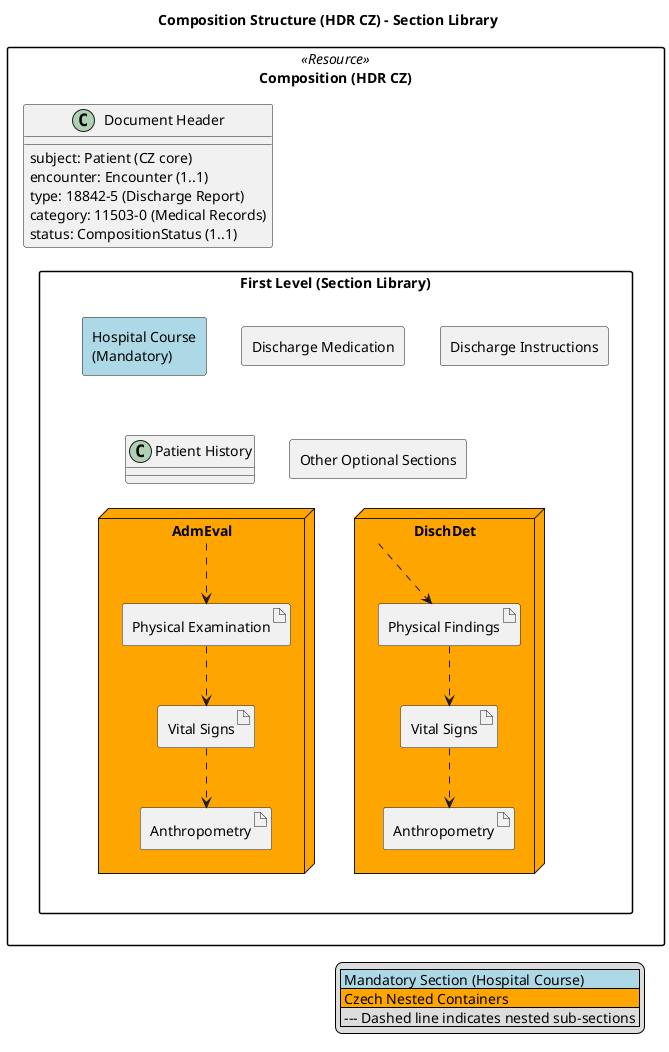
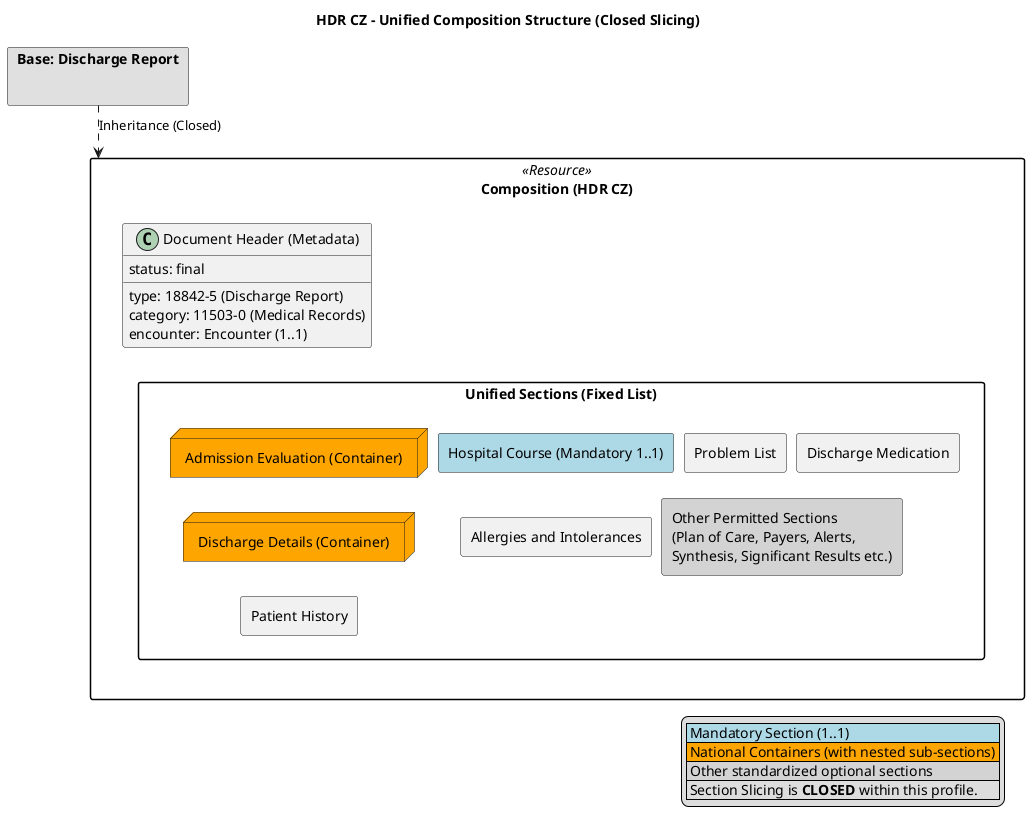
@startuml
- ' Enable mixing of different element types
allowmixing

- skinparam handwritten false
skinparam packageStyle rect
skinparam defaultFontName Arial
+ skinparam shadowing false
+ skinparam Nodesep 10
+ skinparam Ranksep 20

- title Composition Structure (HDR CZ) - Section Library
+ title HDR CZ - Unified Composition Structure (Closed Slicing)

- package "Composition (HDR CZ)" <<Resource>> {
+ package "Base: Discharge Report" as Base #E0E0E0 {
+ }

-     class "Document Header" as Header {
-         subject: Patient (CZ core)
-         encounter: Encounter (1..1)
+ package "Composition (HDR CZ)" as HDR <<Resource>> {
+ 
+     class "Document Header (Metadata)" as Header {
        type: 18842-5 (Discharge Report)
        category: 11503-0 (Medical Records)
-         status: CompositionStatus (1..1)
+         encounter: Encounter (1..1)
+         status: final
    }

-     package "First Level (Section Library)" as Level1 {
+     package "Unified Sections (Fixed List)" as Sections {
+         ' Mandatory top-level section
+         rectangle "Hospital Course (Mandatory 1..1)" as HospCourse #ADD8E6

-         ' 1ST ROW: Main and fixed sections
-         rectangle "Hospital Course\n(Mandatory)" as HospCourse #ADD8E6
+         ' Key national containers with mandatory nesting
+         node "Admission Evaluation (Container)" as AdmEval #FFA500
+         node "Discharge Details (Container)" as DischDet #FFA500
+ 
+         ' Selection of common optional sections
+         rectangle "Patient History" as PatHist
+         rectangle "Problem List" as ProbList
        rectangle "Discharge Medication" as DischMed
-         rectangle "Discharge Instructions" as DischInst
+         rectangle "Allergies and Intolerances" as Allergy

-         ' Forcing layout to push next sections to the second row
-         HospCourse -[hidden]down-> PatHist
- 
-         ' 2ND ROW: Other standard sections
-         rectangle "Patient History" as PatHist
-         rectangle "Other Optional Sections" as OtherSections
- 
-         ' Forcing layout to push containers below the second row
-         PatHist -[hidden]down-> AdmEval
-         OtherSections -[hidden]down-> DischDet
- 
-         ' 3RD ROW: Czech containers (internal elements ordered vertically)
-         node "Admission Evaluation\n(Container)" as AdmEval #FFA500 {
-             artifact "Physical Examination" as AdmPhys
-             artifact "Vital Signs" as AdmVit
-             artifact "Anthropometry" as AdmAnt
-         }
- 
-         node "Discharge Details\n(Container)" as DischDet #FFA500 {
-             artifact "Physical Findings" as DischFindings
-             artifact "Vital Signs" as DischVit
-             artifact "Anthropometry" as DischAnt
-         }
+         ' Representation of other allowed sections in the closed list
+         rectangle "Other Permitted Sections\n(Plan of Care, Payers, Alerts,\nSynthesis, Significant Results etc.)" as Other #D3D3D3
    }
}

- ' Definition of logical relations and nesting (vertical alignment)
- Header -[hidden]down-> Level1
+ Base -[dashed]down-> HDR : "Inheritance (Closed)"
+ Header -[hidden]down-> Sections

- HospCourse -[hidden]right-> DischMed
- DischMed -[hidden]right-> DischInst
- PatHist -[hidden]right-> OtherSections
- AdmEval -[hidden]right-> DischDet
+ AdmEval -[hidden]down-> DischDet
+ DischDet -[hidden]down-> PatHist

- AdmEval -[dashed]down-> AdmPhys
- AdmPhys -[dashed]down-> AdmVit
- AdmVit -[dashed]down-> AdmAnt
- 
- DischDet -[dashed]down-> DischFindings
- DischFindings -[dashed]down-> DischVit
- DischVit -[dashed]down-> DischAnt
- 
- ' Legend
legend right
-   <#ADD8E6>| Mandatory Section (Hospital Course) |
-   <#FFA500>| Czech Nested Containers |
-   | --- Dashed line indicates nested sub-sections |
+   <#ADD8E6>| Mandatory Section (1..1) |
+   <#FFA500>| National Containers (with nested sub-sections) |
+   <#D3D3D3>| Other standardized optional sections |
+   | Section Slicing is **CLOSED** within this profile. |
endlegend
- 
@enduml